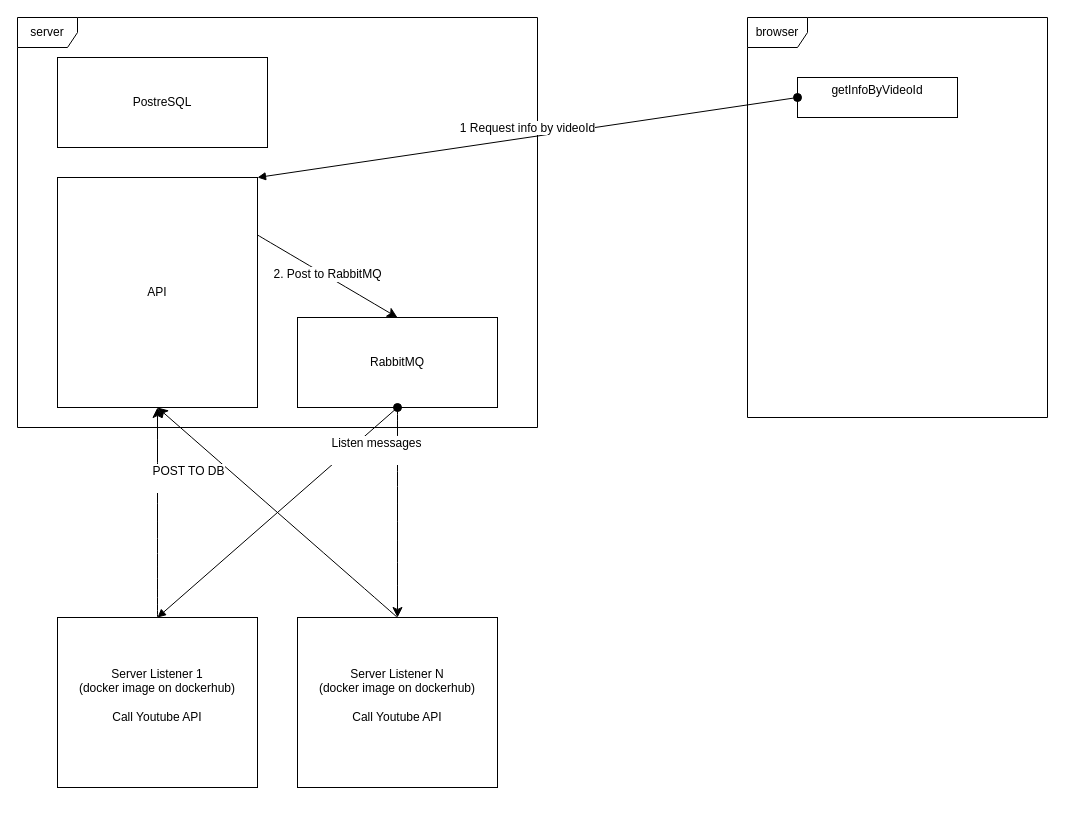
Earlier version of the draw.io diagram HowItWorks.drawio (mgerasika/youtube-bot-detector). Source tidied: cells renumbered, new cells numbered last; positions are measured from the earlier drawing's top-left corner, leaving out a move shared by most shapes. Both pictures are drawn from the tidied source at 100%, with x=0, y=0 at pixel (17, 17).
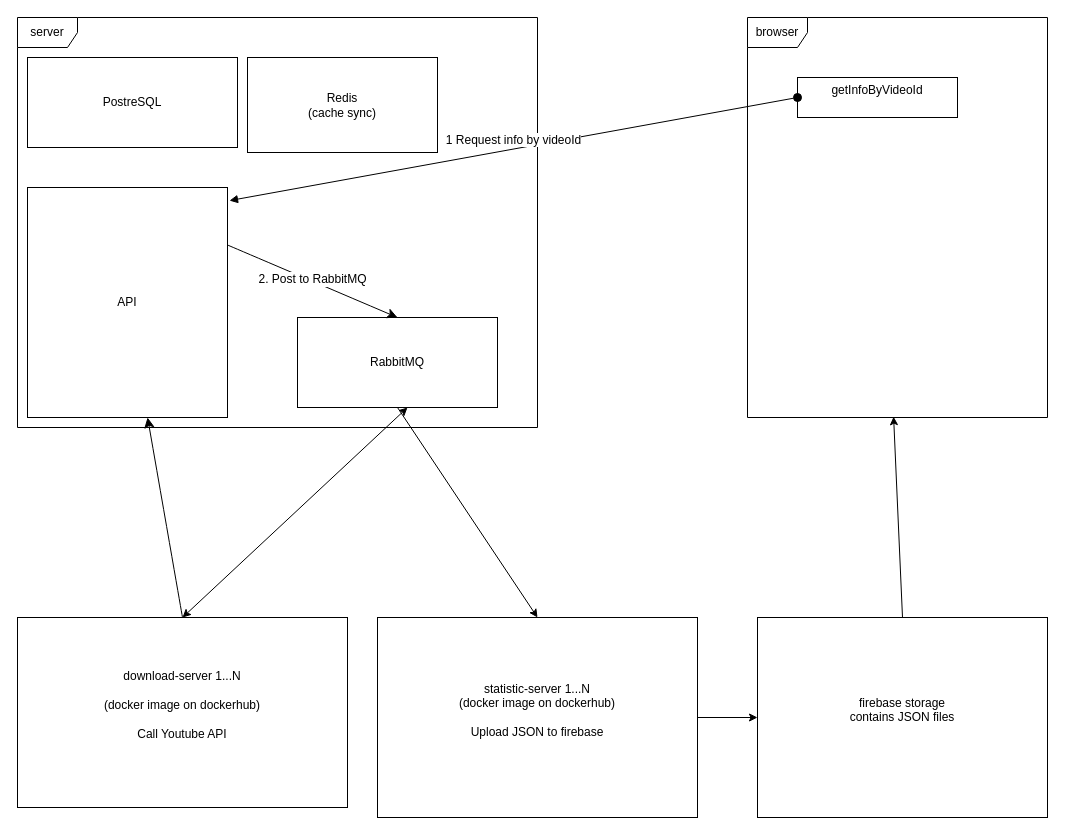
Above is the later version.

The change refers to these unchanged cells:
```xml
<mxCell id="2" value="getInfoByVideoId&lt;div&gt;&lt;br&gt;&lt;/div&gt;" style="html=1;whiteSpace=wrap;" parent="1" vertex="1">
  <mxGeometry x="780" y="60" width="160" height="40" as="geometry" />
</mxCell>
<mxCell id="3" value="browser" style="shape=umlFrame;whiteSpace=wrap;html=1;" parent="1" vertex="1">
  <mxGeometry x="730" width="300" height="400" as="geometry" />
</mxCell>
<mxCell id="5" value="RabbitMQ" style="html=1;whiteSpace=wrap;" parent="1" vertex="1">
  <mxGeometry x="280" y="300" width="200" height="90" as="geometry" />
</mxCell>
```

Diff of the diagram source:
```diff
@@
-    <mxCell id="7" value="Server Listener 1&lt;br&gt;(docker image on dockerhub)&lt;br&gt;&lt;br&gt;Call Youtube API&lt;div&gt;&lt;br&gt;&lt;/div&gt;" style="html=1;whiteSpace=wrap;" parent="1" vertex="1">
-      <mxGeometry x="40" y="600" width="200" height="170" as="geometry" />
+    <mxCell id="7" value="download-server 1...N&lt;div&gt;&lt;br&gt;(docker image on dockerhub)&lt;br&gt;&lt;br&gt;Call Youtube API&lt;div&gt;&lt;br&gt;&lt;/div&gt;&lt;/div&gt;" style="html=1;whiteSpace=wrap;" parent="1" vertex="1">
+      <mxGeometry y="600" width="330" height="190" as="geometry" />
     </mxCell>
-    <mxCell id="8" style="edgeStyle=none;curved=1;rounded=0;jettySize=auto;html=1;entryX=0.5;entryY=0;entryDx=0;entryDy=0;fontSize=12;startSize=8;endSize=8;exitX=0.5;exitY=1;exitDx=0;exitDy=0;" parent="1" edge="1" source="5" target="11">
-      <mxGeometry relative="1" as="geometry" />
-    </mxCell>
-    <mxCell id="9" style="edgeStyle=none;curved=1;rounded=0;jettySize=auto;html=1;exitX=0.5;exitY=0;exitDx=0;exitDy=0;fontSize=12;startSize=8;endSize=8;entryX=0.5;entryY=1;entryDx=0;entryDy=0;" parent="1" edge="1" source="11" target="15">
-      <mxGeometry relative="1" as="geometry" />
-    </mxCell>
-    <mxCell id="10" value="POST TO DB&lt;div&gt;&lt;br&gt;&lt;/div&gt;" style="edgeLabel;html=1;align=center;verticalAlign=middle;fontSize=12;" parent="9" vertex="1">
-      <mxGeometry x="0.03" y="-2" relative="1" as="geometry">
-        <mxPoint x="-87" y="-30" as="offset" />
-      </mxGeometry>
-    </mxCell>
-    <mxCell id="11" value="Server Listener N&lt;br&gt;(docker image on dockerhub)&lt;br&gt;&lt;br&gt;Call Youtube API&lt;div&gt;&lt;br&gt;&lt;/div&gt;" style="html=1;whiteSpace=wrap;" parent="1" vertex="1">
-      <mxGeometry x="280" y="600" width="200" height="170" as="geometry" />
-    </mxCell>
-    <mxCell id="12" value="Listen messages&lt;div&gt;&lt;br&gt;&lt;/div&gt;" style="html=1;verticalAlign=bottom;startArrow=oval;startFill=1;endArrow=block;startSize=8;curved=0;rounded=0;fontSize=12;exitX=0.5;exitY=1;exitDx=0;exitDy=0;entryX=0.5;entryY=0;entryDx=0;entryDy=0;" parent="1" edge="1" source="5" target="7">
-      <mxGeometry x="-0.66" y="32" relative="1" as="geometry">
-        <mxPoint x="-1" as="offset" />
-      </mxGeometry>
-    </mxCell>
@@
     <mxCell id="15" value="API" style="html=1;whiteSpace=wrap;" parent="1" vertex="1">
-      <mxGeometry x="40" y="160" width="200" height="230" as="geometry" />
+      <mxGeometry x="10" y="170" width="200" height="230" as="geometry" />
     </mxCell>
     <mxCell id="16" value="PostreSQL" style="html=1;whiteSpace=wrap;" parent="1" vertex="1">
-      <mxGeometry x="40" y="40" width="210" height="90" as="geometry" />
+      <mxGeometry x="10" y="40" width="210" height="90" as="geometry" />
     </mxCell>
-    <mxCell id="17" value="1 Request info by videoId" style="html=1;verticalAlign=bottom;startArrow=oval;startFill=1;endArrow=block;startSize=8;curved=0;rounded=0;fontSize=12;exitX=0;exitY=0.5;exitDx=0;exitDy=0;entryX=1;entryY=0;entryDx=0;entryDy=0;" parent="1" edge="1" source="2" target="15">
+    <mxCell id="17" value="1 Request info by videoId" style="html=1;verticalAlign=bottom;startArrow=oval;startFill=1;endArrow=block;startSize=8;curved=0;rounded=0;fontSize=12;exitX=0;exitY=0.5;exitDx=0;exitDy=0;entryX=1.01;entryY=0.057;entryDx=0;entryDy=0;entryPerimeter=0;" parent="1" edge="1" source="2" target="15">
       <mxGeometry relative="1" as="geometry" />
     </mxCell>
+    <mxCell id="18" style="edgeStyle=orthogonalEdgeStyle;rounded=0;jettySize=auto;html=1;" parent="1" edge="1" source="19" target="22">
+      <mxGeometry relative="1" as="geometry" />
+    </mxCell>
+    <mxCell id="19" value="statistic&lt;span style=&quot;background-color: transparent; color: light-dark(rgb(0, 0, 0), rgb(255, 255, 255));&quot;&gt;-server 1...N&lt;/span&gt;&lt;div&gt;(docker image on dockerhub)&lt;br&gt;&lt;br&gt;Upload JSON to firebase&lt;div&gt;&lt;br&gt;&lt;/div&gt;&lt;/div&gt;" style="html=1;whiteSpace=wrap;" parent="1" vertex="1">
+      <mxGeometry x="360" y="600" width="320" height="200" as="geometry" />
+    </mxCell>
+    <mxCell id="20" style="endArrow=classic;html=1;rounded=0;entryX=0.5;entryY=0;entryDx=0;entryDy=0;" parent="1" edge="1" target="19">
+      <mxGeometry relative="1" as="geometry">
+        <mxPoint x="380" y="390" as="sourcePoint" />
+      </mxGeometry>
+    </mxCell>
+    <mxCell id="21" style="endArrow=classic;startArrow=classic;html=1;rounded=0;exitX=0.5;exitY=0;exitDx=0;exitDy=0;" parent="1" edge="1" source="7">
+      <mxGeometry relative="1" as="geometry">
+        <mxPoint x="390" y="390" as="targetPoint" />
+      </mxGeometry>
+    </mxCell>
+    <mxCell id="22" value="&lt;div&gt;firebase storage&lt;br&gt;contains JSON files&lt;/div&gt;&lt;div&gt;&lt;br&gt;&lt;/div&gt;" style="html=1;whiteSpace=wrap;" parent="1" vertex="1">
+      <mxGeometry x="740" y="600" width="290" height="200" as="geometry" />
+    </mxCell>
+    <mxCell id="23" style="endArrow=classic;html=1;rounded=0;exitX=0.5;exitY=0;exitDx=0;exitDy=0;entryX=0.487;entryY=0.998;entryDx=0;entryDy=0;entryPerimeter=0;" parent="1" edge="1" source="22" target="3">
+      <mxGeometry relative="1" as="geometry" />
+    </mxCell>
+    <mxCell id="24" value="&lt;div&gt;Redis&lt;/div&gt;&lt;div&gt;(cache sync&lt;span style=&quot;background-color: transparent; color: light-dark(rgb(0, 0, 0), rgb(255, 255, 255));&quot;&gt;)&lt;/span&gt;&lt;/div&gt;" style="html=1;whiteSpace=wrap;" parent="1" vertex="1">
+      <mxGeometry x="230" y="40" width="190" height="95" as="geometry" />
+    </mxCell>
```
